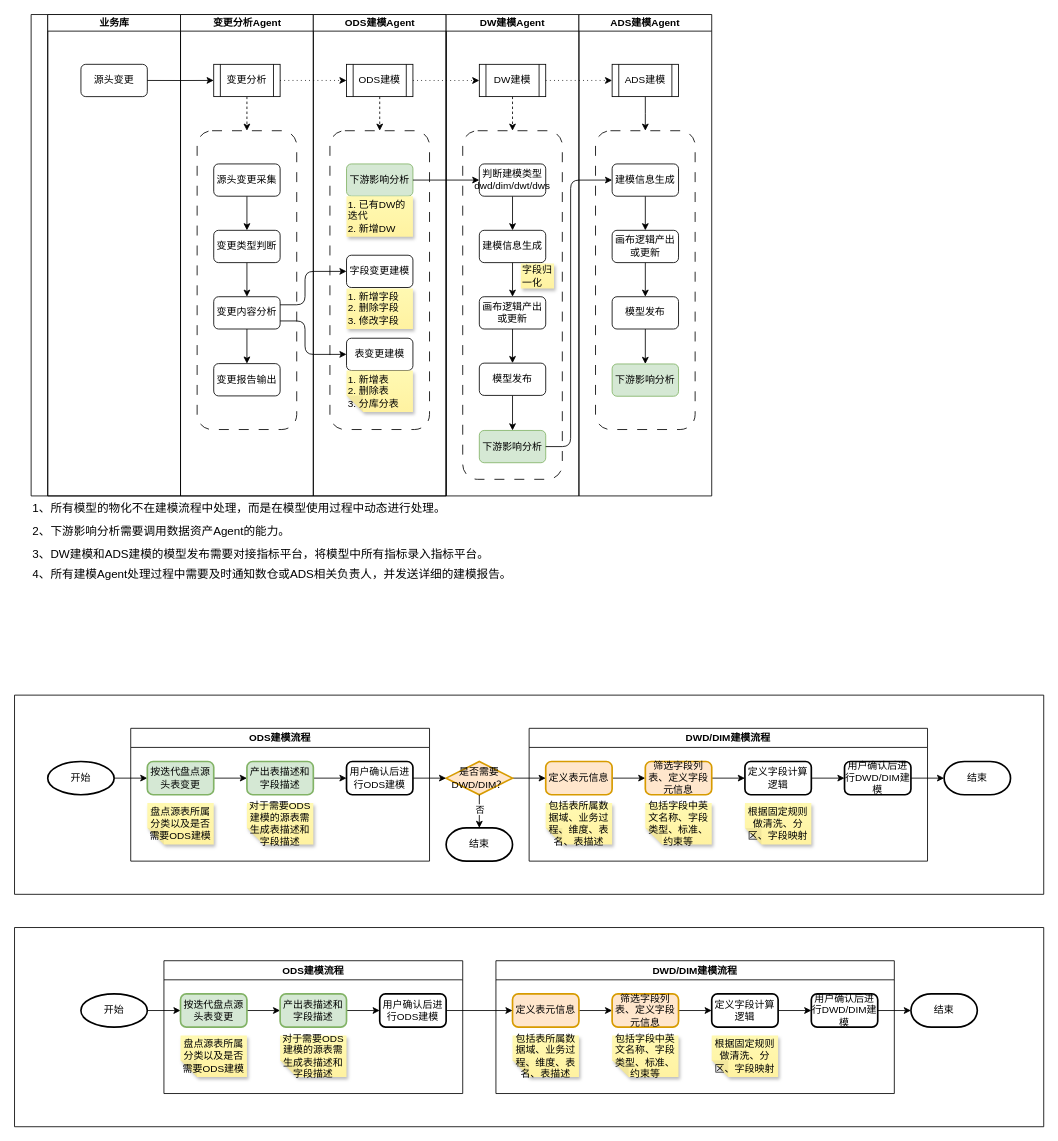
Above: page "优化流程" (2 of 4) of biz_flow/智能建模业务流程图.drawio in hlld3344/diagrams (draw.io), before the change. Source tidied: cells renumbered, new cells numbered last; positions are measured from the earlier drawing's top-left corner, leaving out a move shared by most shapes. Both pictures are drawn from the tidied source at 83%, with x=0, y=0 at pixel (14, 14).
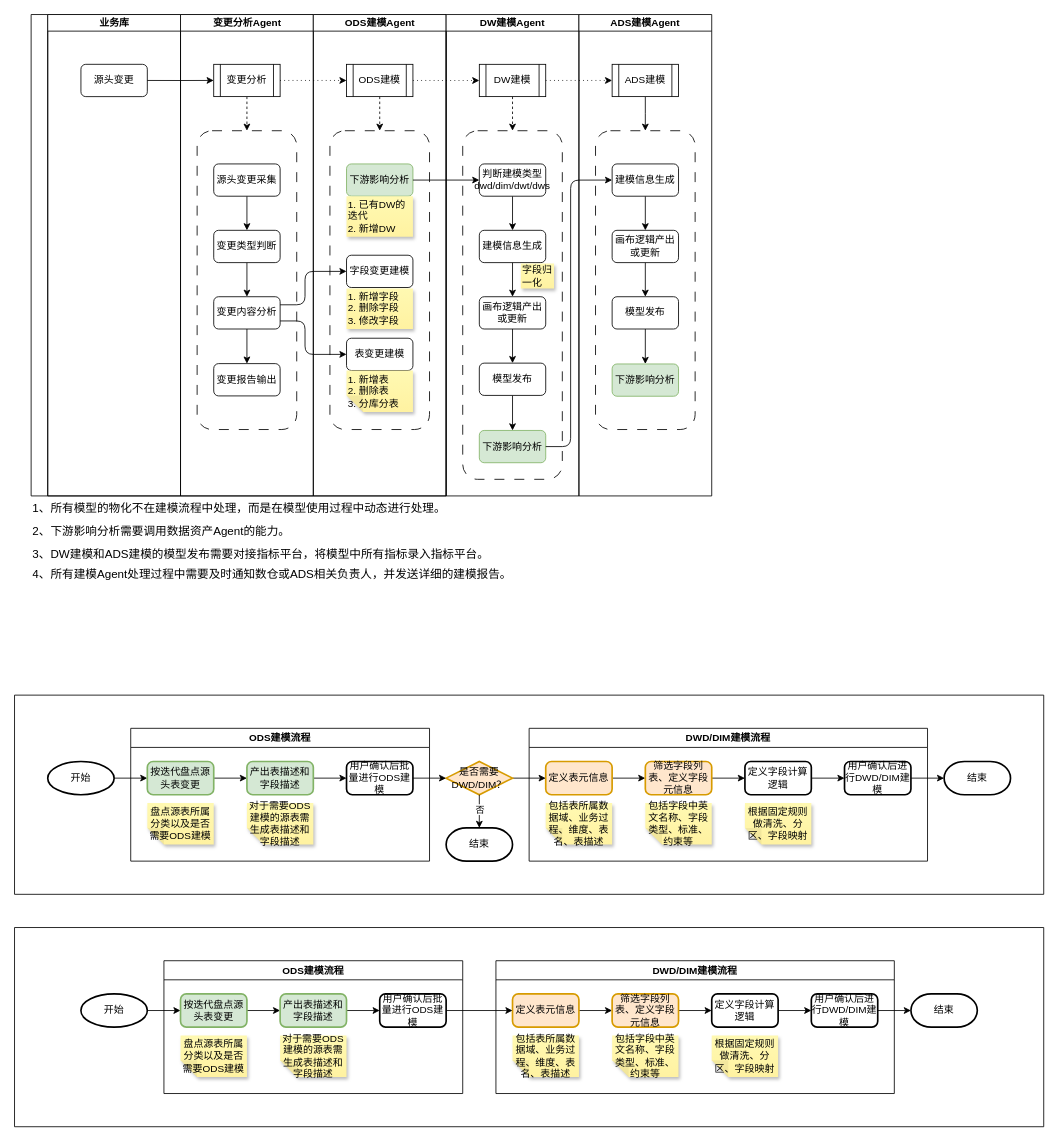
The same page after the edit.

Unchanged cells that the change refers to:
```xml
<mxCell id="62" style="swimlane;startSize=0;" parent="1" vertex="1">
  <mxGeometry y="820" width="1240" height="240" as="geometry" />
</mxCell>
<mxCell id="92" style="swimlane;startSize=0;" parent="1" vertex="1">
  <mxGeometry y="1100" width="1240" height="240" as="geometry" />
</mxCell>
```

The edit, as a diff of the source:
```diff
@@
-    <mxCell id="71" value="用户确认后进行ODS建模" style="rounded=1;whiteSpace=wrap;html=1;absoluteArcSize=1;arcSize=14;strokeWidth=2;" parent="62" vertex="1">
+    <mxCell id="71" value="用户确认后批量进行ODS建模" style="rounded=1;whiteSpace=wrap;html=1;absoluteArcSize=1;arcSize=14;strokeWidth=2;" parent="62" vertex="1">
       <mxGeometry x="400" y="80" width="80" height="40" as="geometry" />
     </mxCell>
@@
-    <mxCell id="101" value="用户确认后进行ODS建模" style="rounded=1;whiteSpace=wrap;html=1;absoluteArcSize=1;arcSize=14;strokeWidth=2;" parent="92" vertex="1">
+    <mxCell id="101" value="用户确认后批量进行ODS建模" style="rounded=1;whiteSpace=wrap;html=1;absoluteArcSize=1;arcSize=14;strokeWidth=2;" parent="92" vertex="1">
       <mxGeometry x="440" y="80" width="80" height="40" as="geometry" />
     </mxCell>
```
